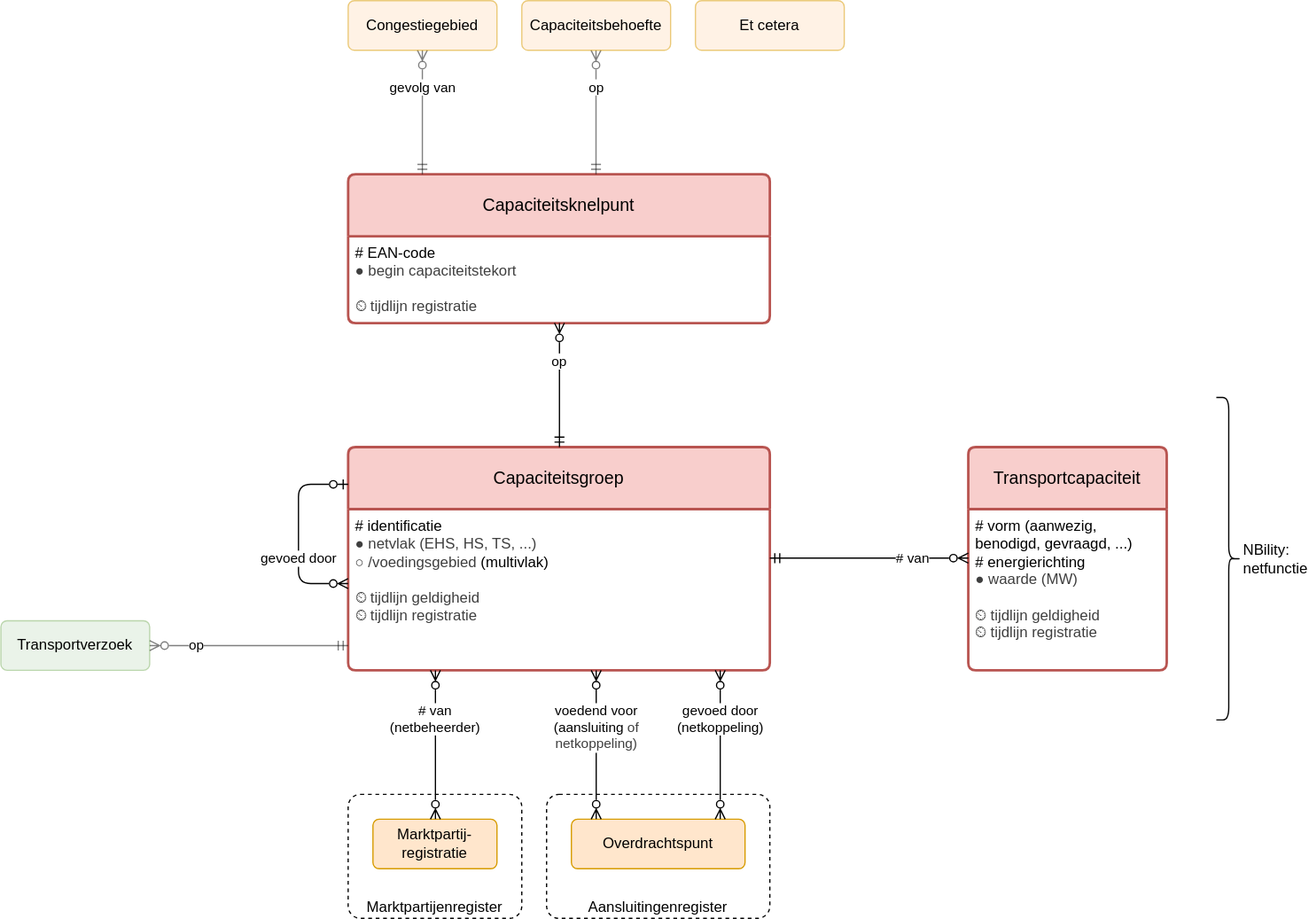
Above: registers/capaciteitsknelpuntenregister/1.0/capaciteitsknelpuntenregister.drawio.svg in Netbeheer-Nederland/stelsel (draw.io), before the change. Source tidied: cells renumbered, new cells last; positions are measured from the earlier drawing's top-left corner, leaving out a move shared by most shapes.
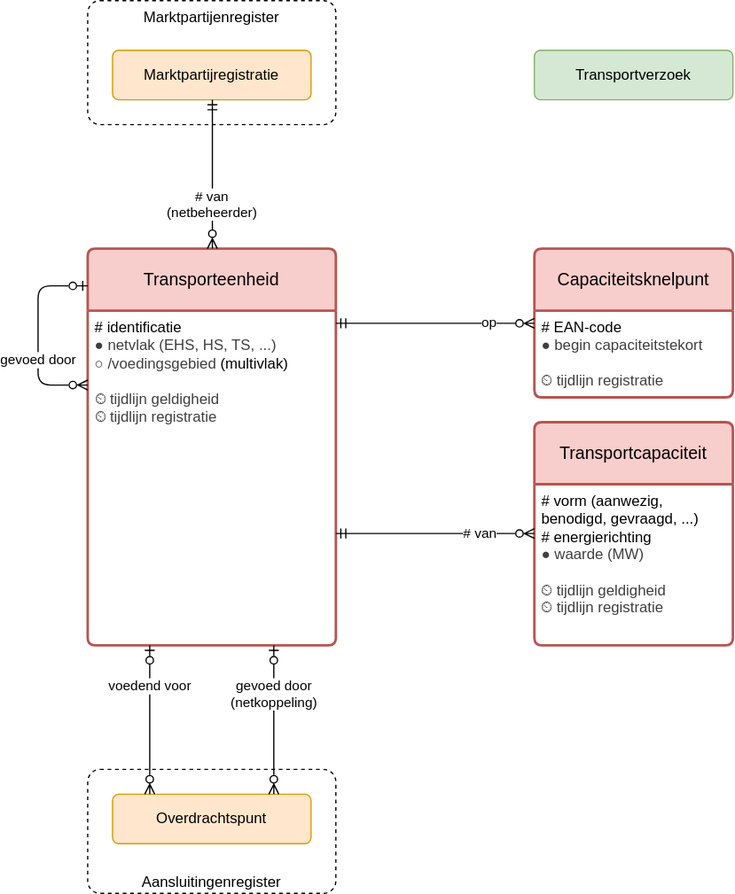
Above is the later version.

Diff of the diagram source:
```diff
@@ -2,17 +2,17 @@
   <root>
     <mxCell id="0" />
     <mxCell id="1" parent="0" />
-    <mxCell id="2" value="Capaciteitsknelpunt" style="swimlane;horizontal=1;startSize=50;rounded=1;fontSize=14;fontStyle=0;strokeWidth=2;shadow=0;dashed=0;align=center;arcSize=4;whiteSpace=wrap;html=1;spacing=10;fillColor=#f8cecc;strokeColor=#b85450;" parent="1" vertex="1">
-      <mxGeometry x="280" y="140" width="340" height="120" as="geometry" />
+    <mxCell id="2" value="Capaciteitsknelpunt" style="swimlane;horizontal=1;startSize=50;rounded=1;fontSize=14;fontStyle=0;strokeWidth=2;shadow=0;align=center;arcSize=4;whiteSpace=wrap;html=1;spacing=10;fillColor=#f8cecc;strokeColor=#b85450;" parent="1" vertex="1">
+      <mxGeometry x="640" y="120" width="160" height="120" as="geometry" />
     </mxCell>
     <mxCell id="3" value="&lt;div&gt;# EAN-code&lt;/div&gt;&lt;div&gt;&lt;span style=&quot;background-color: transparent; scrollbar-color: rgb(226, 226, 226) rgb(251, 251, 251); color: rgb(63, 63, 63);&quot;&gt;●&lt;/span&gt;&lt;span style=&quot;background-color: transparent; scrollbar-color: rgb(226, 226, 226) rgb(251, 251, 251); color: rgb(63, 63, 63);&quot;&gt;&amp;nbsp;begin capaciteitstekort&lt;/span&gt;&lt;/div&gt;&lt;div&gt;&lt;div style=&quot;color: rgb(63, 63, 63); scrollbar-color: rgb(226, 226, 226) rgb(251, 251, 251);&quot;&gt;&lt;span style=&quot;scrollbar-color: rgb(226, 226, 226) rgb(251, 251, 251); background-color: transparent; color: rgb(63, 63, 63);&quot;&gt;&lt;br style=&quot;color: rgb(63, 63, 63); scrollbar-color: rgb(226, 226, 226) rgb(251, 251, 251);&quot;&gt;&lt;/span&gt;&lt;/div&gt;&lt;div style=&quot;color: rgb(63, 63, 63); scrollbar-color: rgb(226, 226, 226) rgb(251, 251, 251);&quot;&gt;&lt;span style=&quot;background-color: transparent;&quot;&gt;⏲ tijdlijn registratie&lt;/span&gt;&lt;/div&gt;&lt;/div&gt;" style="align=left;strokeColor=none;fillColor=none;spacingLeft=4;fontSize=12;verticalAlign=top;html=1;" parent="2" vertex="1">
-      <mxGeometry y="50" width="340" height="70" as="geometry" />
+      <mxGeometry y="50" width="160" height="70" as="geometry" />
     </mxCell>
-    <mxCell id="4" value="Capaciteitsgroep" style="swimlane;horizontal=1;startSize=50;rounded=1;fontSize=14;fontStyle=0;strokeWidth=2;shadow=0;dashed=0;align=center;arcSize=4;whiteSpace=wrap;html=1;spacing=10;fillColor=#f8cecc;strokeColor=#b85450;" parent="1" vertex="1">
-      <mxGeometry x="280" y="360" width="340" height="180" as="geometry" />
+    <mxCell id="4" value="Transporteenheid" style="swimlane;horizontal=1;startSize=50;rounded=1;fontSize=14;fontStyle=0;strokeWidth=2;shadow=0;align=center;arcSize=4;whiteSpace=wrap;html=1;spacing=10;fillColor=#f8cecc;strokeColor=#b85450;" parent="1" vertex="1">
+      <mxGeometry x="280" y="120" width="200" height="320" as="geometry" />
     </mxCell>
     <mxCell id="5" value="&lt;div&gt;# identificatie&lt;/div&gt;&lt;div&gt;&lt;span style=&quot;color: rgb(63, 63, 63);&quot;&gt;● netvlak (EHS, HS, TS, ...)&lt;/span&gt;&lt;/div&gt;&lt;div&gt;&lt;span style=&quot;color: rgb(63, 63, 63);&quot;&gt;○ /voedingsgebied&amp;nbsp;&lt;/span&gt;&lt;span style=&quot;background-color: transparent;&quot;&gt;(multivlak)&lt;/span&gt;&lt;/div&gt;&lt;div&gt;&lt;br&gt;&lt;/div&gt;&lt;div&gt;&lt;div style=&quot;color: rgb(63, 63, 63); scrollbar-color: rgb(226, 226, 226) rgb(251, 251, 251);&quot;&gt;&lt;span style=&quot;color: rgb(63, 63, 63); scrollbar-color: rgb(226, 226, 226) rgb(251, 251, 251); background-color: transparent;&quot;&gt;⏲ tijdlijn geldigheid&lt;/span&gt;&lt;/div&gt;&lt;div style=&quot;color: rgb(63, 63, 63); scrollbar-color: rgb(226, 226, 226) rgb(251, 251, 251);&quot;&gt;&lt;span style=&quot;color: rgb(63, 63, 63); scrollbar-color: rgb(226, 226, 226) rgb(251, 251, 251); background-color: transparent;&quot;&gt;⏲ tijdlijn registratie&lt;/span&gt;&lt;/div&gt;&lt;/div&gt;" style="align=left;strokeColor=none;fillColor=none;spacingLeft=4;fontSize=12;verticalAlign=top;html=1;" parent="4" vertex="1">
-      <mxGeometry y="50" width="340" height="130" as="geometry" />
+      <mxGeometry y="50" width="200" height="270" as="geometry" />
     </mxCell>
     <mxCell id="6" value="gevoed door" style="endArrow=ERzeroToOne;html=1;edgeStyle=orthogonalEdgeStyle;endFill=0;startArrow=ERzeroToMany;startFill=0;" parent="4" edge="1" source="5" target="4">
       <mxGeometry x="-0.25" relative="1" as="geometry">
@@ -23,34 +23,36 @@
       </mxGeometry>
     </mxCell>
     <mxCell id="7" value="Transportcapaciteit" style="swimlane;horizontal=1;startSize=50;rounded=1;fontSize=14;fontStyle=0;strokeWidth=2;shadow=0;dashed=0;align=center;arcSize=4;whiteSpace=wrap;html=1;spacing=10;fillColor=#f8cecc;strokeColor=#b85450;" parent="1" vertex="1">
-      <mxGeometry x="780" y="360" width="160" height="180" as="geometry" />
+      <mxGeometry x="640" y="260" width="160" height="180" as="geometry" />
     </mxCell>
     <mxCell id="8" value="&lt;div&gt;# vorm (aanwezig,&lt;/div&gt;&lt;div&gt;&amp;nbsp; &amp;nbsp;benodigd, gevraagd, ...)&lt;/div&gt;&lt;div&gt;# energierichting&lt;/div&gt;&lt;div&gt;&lt;span style=&quot;background-color: transparent; scrollbar-color: rgb(226, 226, 226) rgb(251, 251, 251); color: rgb(63, 63, 63);&quot;&gt;●&lt;/span&gt;&lt;span style=&quot;background-color: transparent; scrollbar-color: rgb(226, 226, 226) rgb(251, 251, 251); color: rgb(63, 63, 63);&quot;&gt;&amp;nbsp;waarde (MW)&lt;/span&gt;&lt;/div&gt;&lt;div&gt;&lt;div style=&quot;color: rgb(63, 63, 63); scrollbar-color: rgb(226, 226, 226) rgb(251, 251, 251);&quot;&gt;&lt;br&gt;&lt;/div&gt;&lt;div style=&quot;color: rgb(63, 63, 63); scrollbar-color: rgb(226, 226, 226) rgb(251, 251, 251);&quot;&gt;&lt;span style=&quot;color: rgb(63, 63, 63); scrollbar-color: rgb(226, 226, 226) rgb(251, 251, 251); background-color: transparent;&quot;&gt;⏲ tijdlijn geldigheid&lt;/span&gt;&lt;/div&gt;&lt;div style=&quot;color: rgb(63, 63, 63); scrollbar-color: rgb(226, 226, 226) rgb(251, 251, 251);&quot;&gt;&lt;span style=&quot;color: rgb(63, 63, 63); scrollbar-color: rgb(226, 226, 226) rgb(251, 251, 251); background-color: transparent;&quot;&gt;⏲ tijdlijn registratie&lt;/span&gt;&lt;/div&gt;&lt;/div&gt;" style="align=left;strokeColor=none;fillColor=none;spacingLeft=4;fontSize=12;verticalAlign=top;html=1;" parent="7" vertex="1">
       <mxGeometry y="50" width="160" height="130" as="geometry" />
     </mxCell>
     <mxCell id="9" value="Aansluitingenregister" style="rounded=1;whiteSpace=wrap;html=1;absoluteArcSize=1;dashed=1;fillColor=default;verticalAlign=bottom;spacingLeft=10;spacingRight=10;" parent="1" vertex="1">
-      <mxGeometry x="440" y="640" width="180" height="100" as="geometry" />
+      <mxGeometry x="280" y="540" width="200" height="100" as="geometry" />
     </mxCell>
     <mxCell id="10" value="Overdrachtspunt" style="rounded=1;arcSize=10;whiteSpace=wrap;html=1;align=center;absoluteArcSize=1;spacing=10;fillColor=#ffe6cc;strokeColor=#d79b00;" parent="1" vertex="1">
-      <mxGeometry x="460" y="660" width="140" height="40" as="geometry" />
+      <mxGeometry x="300" y="560" width="160" height="40" as="geometry" />
     </mxCell>
-    <mxCell id="11" value="voedend voor&lt;div&gt;(aansluiting&amp;nbsp;&lt;span style=&quot;color: rgb(63, 63, 63); background-color: light-dark(#ffffff, var(--ge-dark-color, #121212));&quot;&gt;of&lt;/span&gt;&lt;/div&gt;&lt;div&gt;&lt;span style=&quot;color: rgb(63, 63, 63); background-color: light-dark(#ffffff, var(--ge-dark-color, #121212));&quot;&gt;netkoppeling)&lt;/span&gt;&lt;/div&gt;" style="endArrow=ERzeroToMany;html=1;edgeStyle=elbowEdgeStyle;endFill=0;startArrow=ERzeroToMany;startFill=0;align=center;verticalAlign=top;" parent="1" edge="1" source="4" target="10">
+    <mxCell id="11" value="voedend voor" style="endArrow=ERzeroToMany;html=1;edgeStyle=elbowEdgeStyle;endFill=0;startArrow=ERzeroToOne;startFill=0;align=center;verticalAlign=top;" parent="1" edge="1" source="4" target="10">
       <mxGeometry x="-0.67" relative="1" as="geometry">
         <Array as="points">
-          <mxPoint x="480" y="580" />
+          <mxPoint x="330" y="500" />
         </Array>
       </mxGeometry>
     </mxCell>
-    <mxCell id="12" value="op" style="endArrow=ERmandOne;html=1;edgeStyle=elbowEdgeStyle;endFill=0;startArrow=ERzeroToMany;startFill=0;" parent="1" edge="1" source="2" target="4">
-      <mxGeometry x="-0.4" relative="1" as="geometry" />
+    <mxCell id="12" value="op" style="endArrow=ERmandOne;html=1;edgeStyle=elbowEdgeStyle;endFill=0;startArrow=ERzeroToMany;startFill=0;align=right;elbow=vertical;" parent="1" edge="1" source="2" target="4">
+      <mxGeometry x="-0.62" relative="1" as="geometry">
+        <mxPoint x="1" as="offset" />
+      </mxGeometry>
     </mxCell>
-    <mxCell id="13" value="Marktpartijenregister" style="rounded=1;whiteSpace=wrap;html=1;absoluteArcSize=1;dashed=1;fillColor=default;verticalAlign=bottom;spacingLeft=10;spacingRight=10;" parent="1" vertex="1">
-      <mxGeometry x="280" y="640" width="140" height="100" as="geometry" />
+    <mxCell id="13" value="Marktpartijenregister" style="rounded=1;whiteSpace=wrap;html=1;absoluteArcSize=1;dashed=1;fillColor=default;verticalAlign=top;spacingLeft=10;spacingRight=10;" parent="1" vertex="1">
+      <mxGeometry x="280" y="-80" width="200" height="100" as="geometry" />
     </mxCell>
-    <mxCell id="14" value="Marktpartij-registratie" style="rounded=1;arcSize=10;whiteSpace=wrap;html=1;align=center;absoluteArcSize=1;spacing=10;fillColor=#ffe6cc;strokeColor=#d79b00;" parent="1" vertex="1">
-      <mxGeometry x="300" y="660" width="100" height="40" as="geometry" />
+    <mxCell id="14" value="Marktpartijregistratie" style="rounded=1;arcSize=10;whiteSpace=wrap;html=1;align=center;absoluteArcSize=1;spacing=10;fillColor=#ffe6cc;strokeColor=#d79b00;" parent="1" vertex="1">
+      <mxGeometry x="300" y="-40" width="160" height="40" as="geometry" />
     </mxCell>
-    <mxCell id="15" value="# van&lt;div&gt;(netbeheerder)&lt;/div&gt;" style="endArrow=ERzeroToMany;html=1;edgeStyle=elbowEdgeStyle;endFill=0;startArrow=ERzeroToMany;startFill=0;align=center;verticalAlign=top;" parent="1" edge="1" source="4" target="14">
+    <mxCell id="15" value="# van&lt;div&gt;(netbeheerder)&lt;/div&gt;" style="endArrow=ERmandOne;html=1;edgeStyle=elbowEdgeStyle;endFill=0;startArrow=ERzeroToMany;startFill=0;align=center;verticalAlign=bottom;" parent="1" edge="1" source="4" target="14">
       <mxGeometry x="-0.67" relative="1" as="geometry" />
     </mxCell>
     <mxCell id="16" value="# van" style="endArrow=ERmandOne;html=1;edgeStyle=elbowEdgeStyle;endFill=0;startArrow=ERzeroToMany;startFill=0;align=right;elbow=vertical;" parent="1" edge="1" source="7" target="4">
@@ -58,42 +60,15 @@
         <mxPoint x="1" as="offset" />
       </mxGeometry>
     </mxCell>
-    <mxCell id="17" value="gevoed door&lt;div&gt;(netkoppeling)&lt;/div&gt;" style="endArrow=ERzeroToMany;html=1;edgeStyle=elbowEdgeStyle;endFill=0;startArrow=ERzeroToMany;startFill=0;align=center;verticalAlign=top;" parent="1" edge="1" source="4" target="10">
+    <mxCell id="17" value="gevoed door&lt;div&gt;(netkoppeling)&lt;/div&gt;" style="endArrow=ERzeroToMany;html=1;edgeStyle=elbowEdgeStyle;endFill=0;startArrow=ERzeroToOne;startFill=0;align=center;verticalAlign=top;" parent="1" edge="1" source="4" target="10">
       <mxGeometry x="-0.67" relative="1" as="geometry">
         <Array as="points">
-          <mxPoint x="580" y="590" />
+          <mxPoint x="430" y="500" />
         </Array>
       </mxGeometry>
     </mxCell>
-    <mxCell id="18" value="gevolg van" style="endArrow=ERmandOne;html=1;edgeStyle=elbowEdgeStyle;endFill=0;startArrow=ERzeroToMany;startFill=0;opacity=50;" parent="1" edge="1" source="21" target="2">
-      <mxGeometry x="-0.4" relative="1" as="geometry">
-        <mxPoint y="-1" as="offset" />
-      </mxGeometry>
-    </mxCell>
-    <mxCell id="19" value="NBility: netfunctie" style="shape=curlyBracket;whiteSpace=wrap;html=1;rounded=1;flipH=1;labelPosition=right;verticalLabelPosition=middle;align=left;verticalAlign=middle;" parent="1" vertex="1">
-      <mxGeometry x="980" y="320" width="20" height="260" as="geometry" />
-    </mxCell>
-    <mxCell id="20" value="op" style="endArrow=ERmandOne;html=1;edgeStyle=elbowEdgeStyle;endFill=0;startArrow=ERzeroToMany;startFill=0;opacity=50;" parent="1" edge="1" source="22" target="2">
-      <mxGeometry x="-0.4" relative="1" as="geometry">
-        <mxPoint y="-1" as="offset" />
-      </mxGeometry>
-    </mxCell>
-    <mxCell id="21" value="Congestiegebied" style="rounded=1;arcSize=10;whiteSpace=wrap;html=1;align=center;absoluteArcSize=1;spacing=10;fillColor=#ffe6cc;strokeColor=#d79b00;opacity=50;" parent="1" vertex="1">
-      <mxGeometry x="280" width="120" height="40" as="geometry" />
-    </mxCell>
-    <mxCell id="22" value="Capaciteitsbehoefte" style="rounded=1;arcSize=10;whiteSpace=wrap;html=1;align=center;absoluteArcSize=1;spacing=10;fillColor=#ffe6cc;strokeColor=#d79b00;opacity=50;" parent="1" vertex="1">
-      <mxGeometry x="420" width="120" height="40" as="geometry" />
-    </mxCell>
-    <mxCell id="23" value="Et cetera" style="rounded=1;arcSize=10;whiteSpace=wrap;html=1;align=center;absoluteArcSize=1;spacing=10;fillColor=#ffe6cc;strokeColor=#d79b00;opacity=50;" parent="1" vertex="1">
-      <mxGeometry x="560" width="120" height="40" as="geometry" />
-    </mxCell>
-    <mxCell id="24" value="Transportverzoek" style="rounded=1;arcSize=10;whiteSpace=wrap;html=1;align=center;absoluteArcSize=1;spacing=10;fillColor=#d5e8d4;strokeColor=#82b366;opacity=50;" parent="1" vertex="1">
-      <mxGeometry y="500" width="120" height="40" as="geometry" />
+    <mxCell id="24" value="Transportverzoek" style="rounded=1;arcSize=10;whiteSpace=wrap;html=1;align=center;absoluteArcSize=1;spacing=10;fillColor=#d5e8d4;strokeColor=#82b366;" parent="1" vertex="1">
+      <mxGeometry x="640" y="-40" width="160" height="40" as="geometry" />
     </mxCell>
-    <mxCell id="25" value="op" style="endArrow=ERmandOne;html=1;endFill=0;startArrow=ERzeroToMany;startFill=0;opacity=50;edgeStyle=elbowEdgeStyle;elbow=vertical;align=left;" parent="1" edge="1" source="24" target="4">
-      <mxGeometry x="-0.62" relative="1" as="geometry">
-        <mxPoint x="-1" as="offset" />
-      </mxGeometry>
-    </mxCell>
   </root>
 </mxGraphModel>
```
